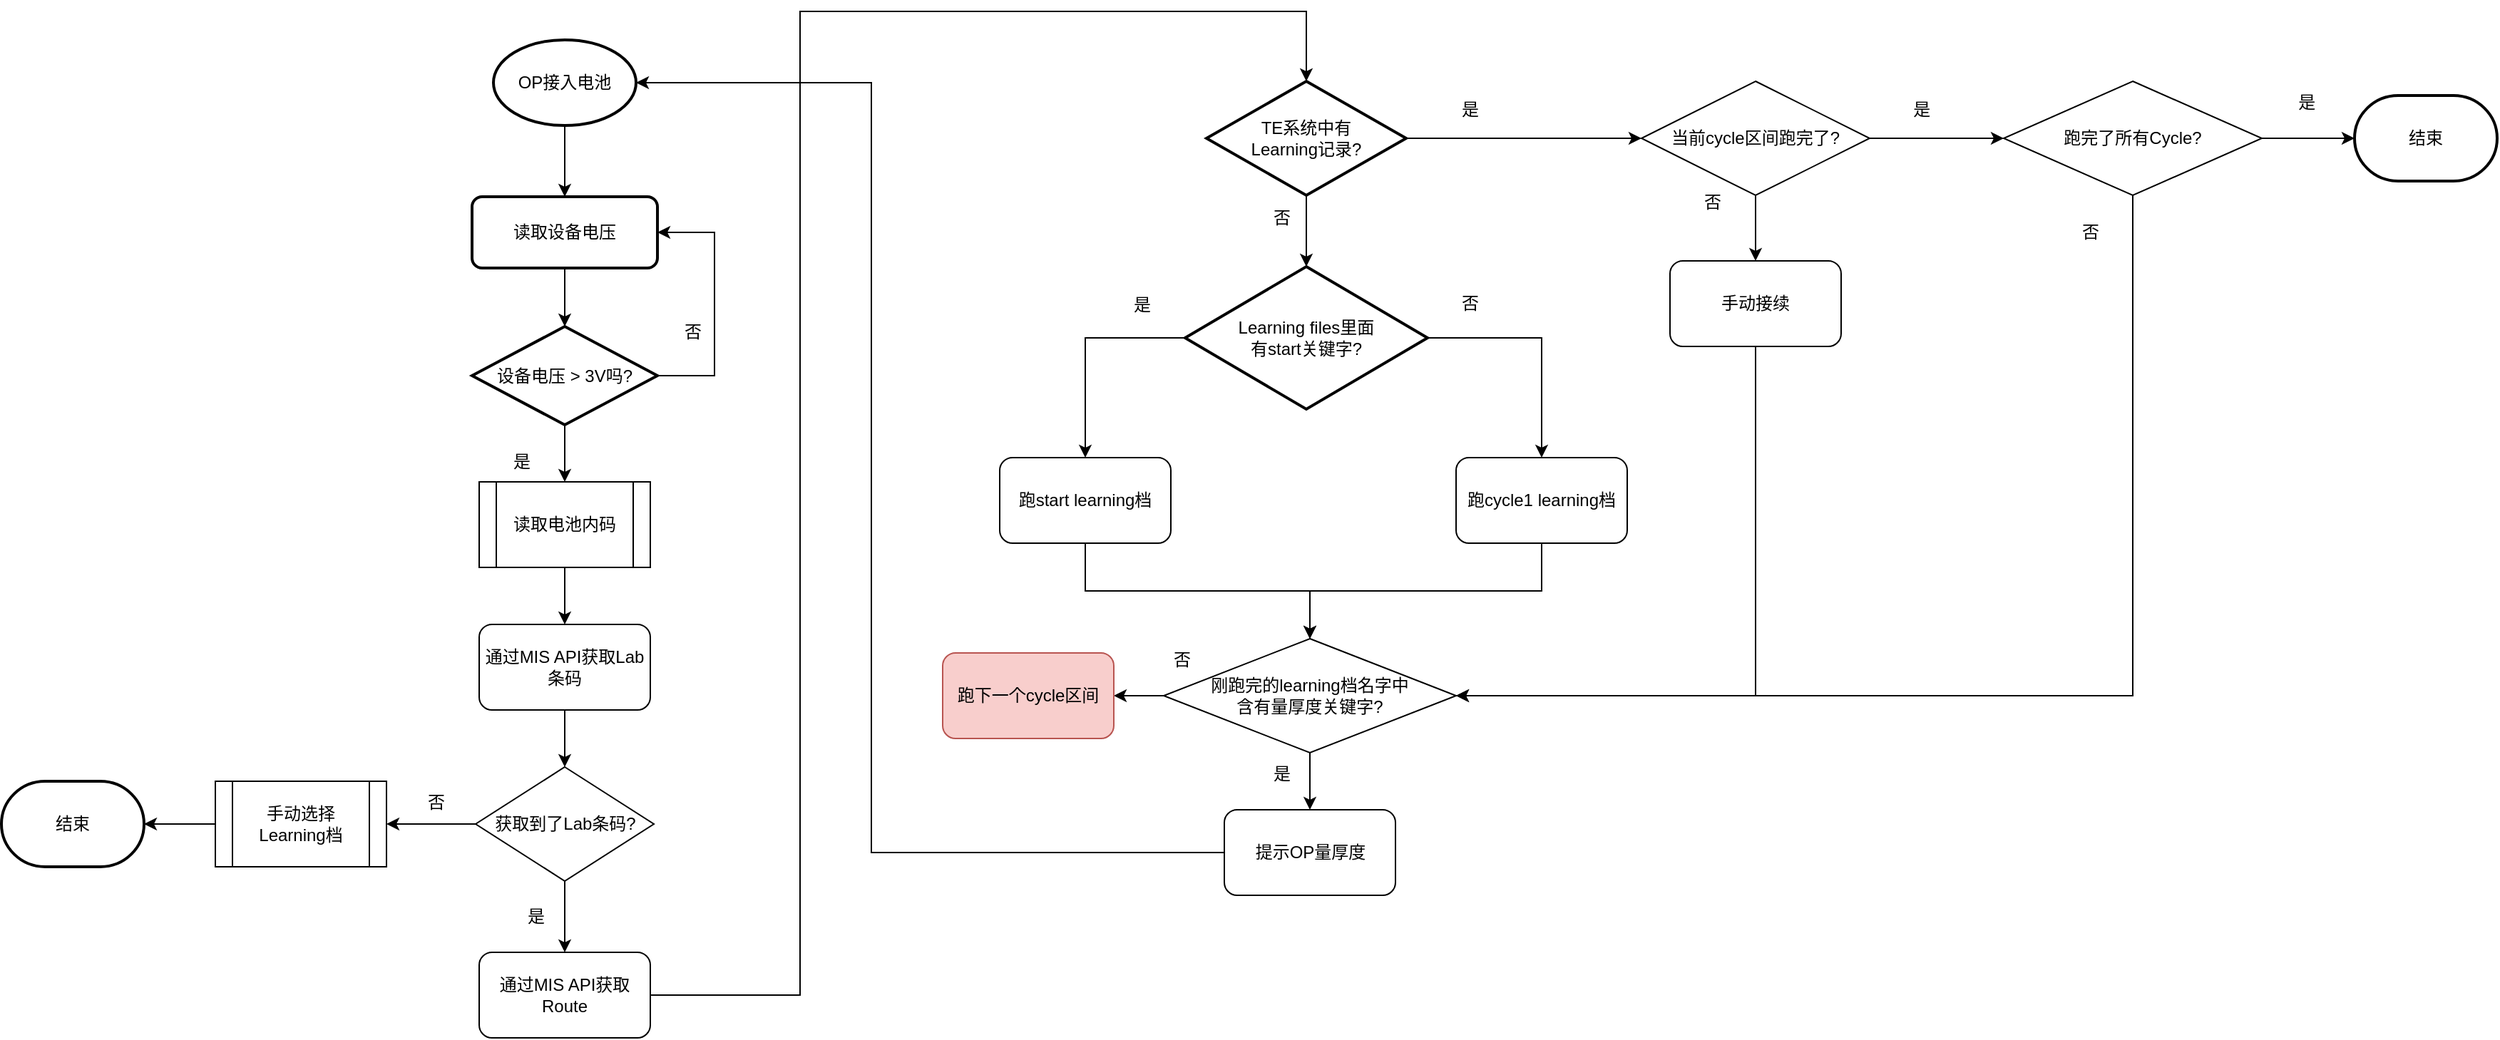
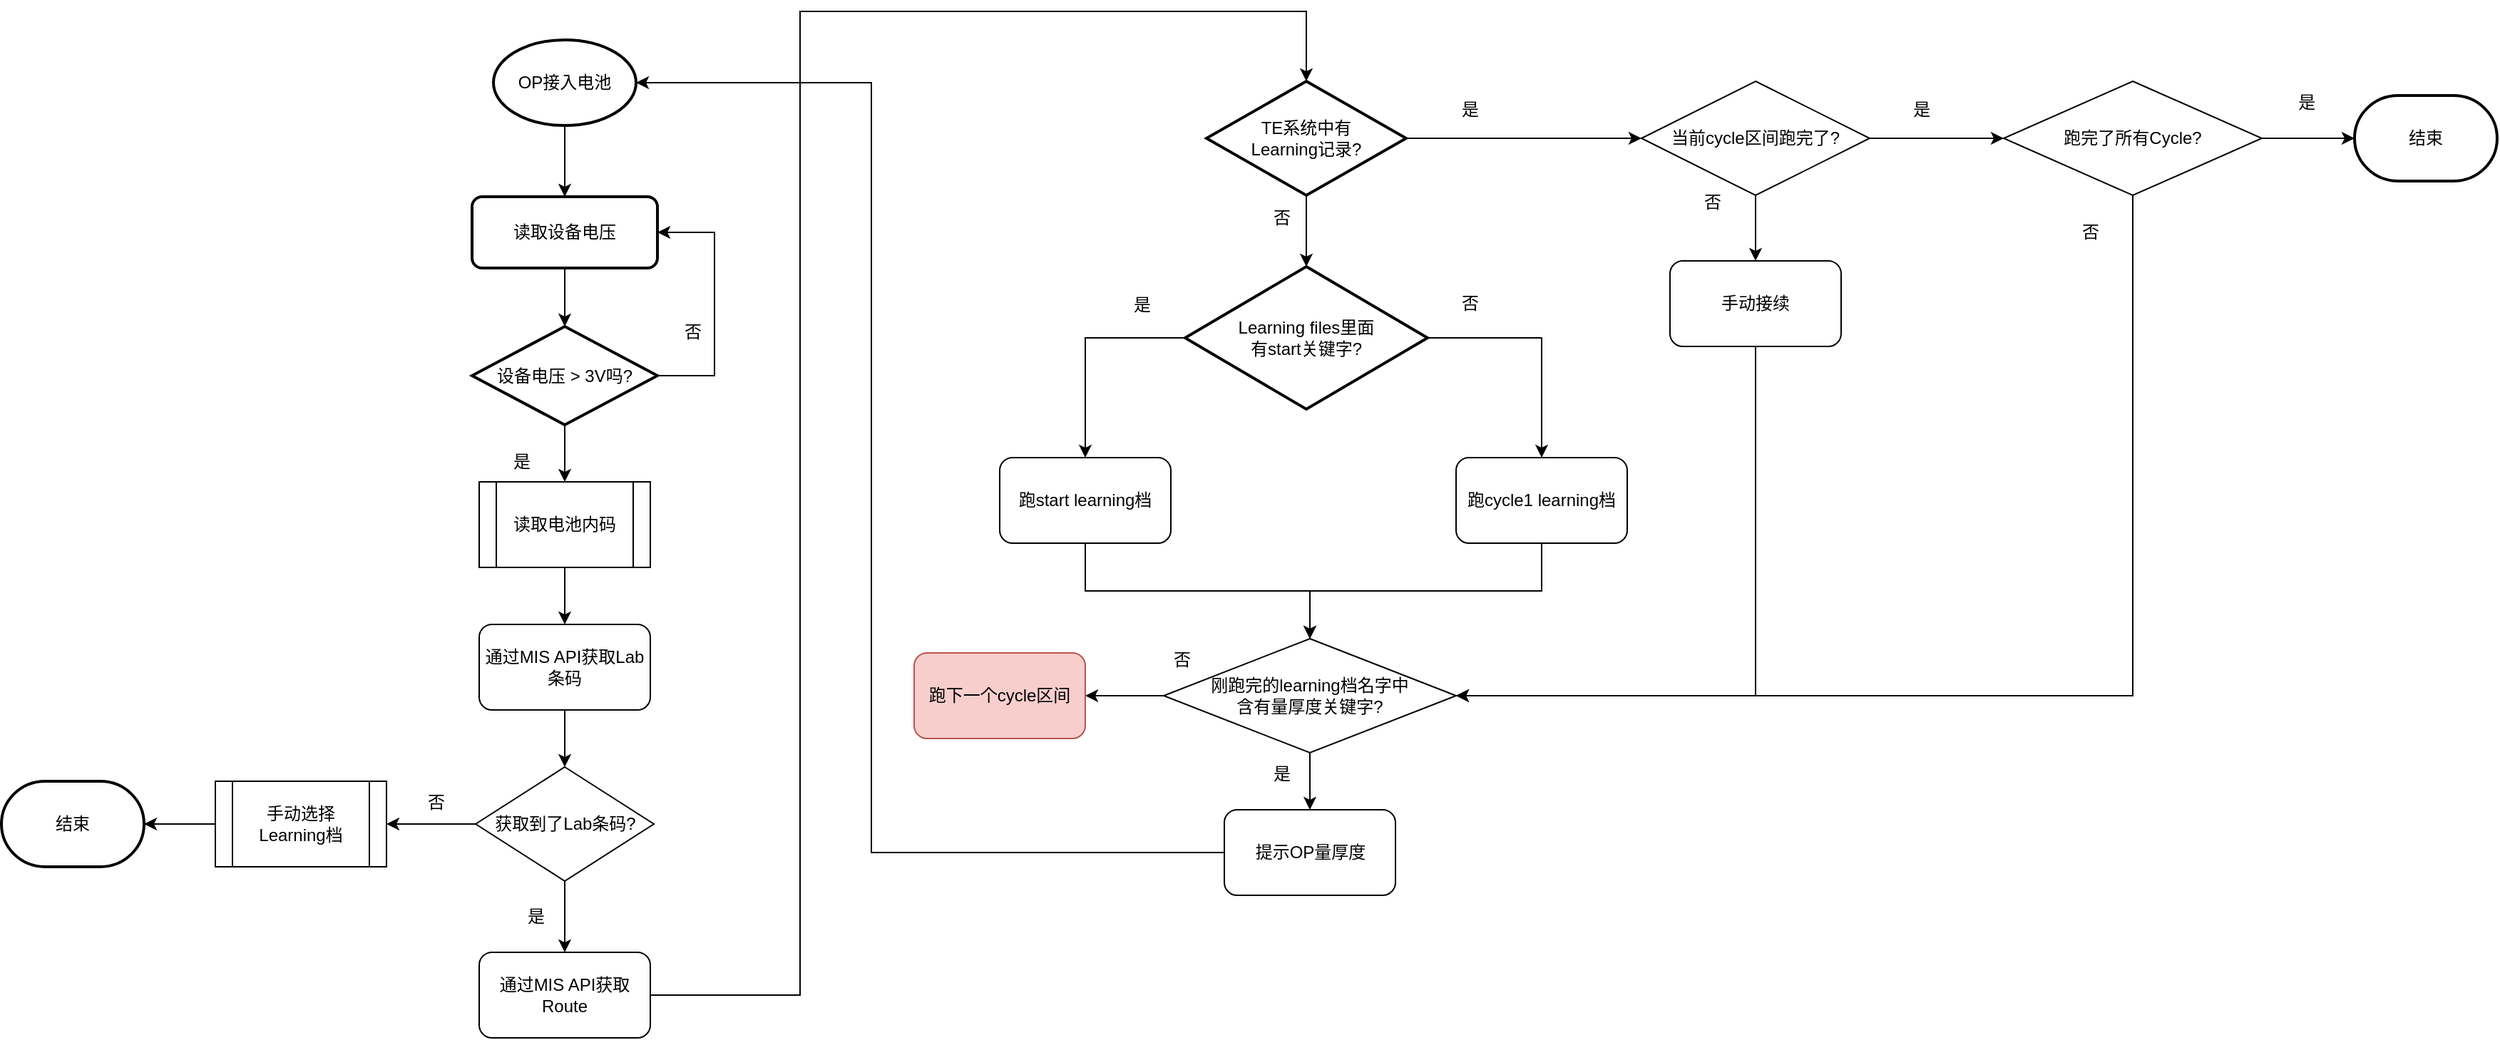
<mxfile host="app.diagrams.net">
  <diagram name="第 1 页" id="3HldnIOuQtLrwHUO-1mN">
    <mxGraphModel dx="1623" dy="813" grid="1" gridSize="10" guides="1" tooltips="1" connect="1" arrows="1" fold="1" page="1" pageScale="1" pageWidth="1169" pageHeight="827" background="#FFFFFF" math="0" shadow="0">
      <root>
        <mxCell id="0" />
        <mxCell id="1" parent="0" />
        <mxCell id="qRa3hty1LtdxE0hFs_0w-8" edge="1" parent="1" source="qRa3hty1LtdxE0hFs_0w-4" style="edgeStyle=orthogonalEdgeStyle;rounded=0;orthogonalLoop=1;jettySize=auto;html=1;" target="qRa3hty1LtdxE0hFs_0w-6" value="">
          <mxGeometry relative="1" as="geometry" />
        </mxCell>
        <mxCell id="qRa3hty1LtdxE0hFs_0w-4" parent="1" style="strokeWidth=2;html=1;shape=mxgraph.flowchart.start_1;whiteSpace=wrap;" value="OP接入电池" vertex="1">
          <mxGeometry height="60" width="100" x="385" y="50" as="geometry" />
        </mxCell>
        <mxCell id="qRa3hty1LtdxE0hFs_0w-9" edge="1" parent="1" source="qRa3hty1LtdxE0hFs_0w-6" style="edgeStyle=orthogonalEdgeStyle;rounded=0;orthogonalLoop=1;jettySize=auto;html=1;" target="qRa3hty1LtdxE0hFs_0w-7" value="">
          <mxGeometry relative="1" as="geometry" />
        </mxCell>
        <mxCell id="qRa3hty1LtdxE0hFs_0w-6" parent="1" style="rounded=1;whiteSpace=wrap;html=1;absoluteArcSize=1;arcSize=14;strokeWidth=2;" value="读取设备电压" vertex="1">
          <mxGeometry height="50" width="130" x="370" y="160" as="geometry" />
        </mxCell>
        <mxCell id="qRa3hty1LtdxE0hFs_0w-14" edge="1" parent="1" source="qRa3hty1LtdxE0hFs_0w-7" style="edgeStyle=orthogonalEdgeStyle;rounded=0;orthogonalLoop=1;jettySize=auto;html=1;" target="qRa3hty1LtdxE0hFs_0w-13" value="">
          <mxGeometry relative="1" as="geometry" />
        </mxCell>
        <mxCell id="qRa3hty1LtdxE0hFs_0w-25" edge="1" parent="1" source="qRa3hty1LtdxE0hFs_0w-7" style="edgeStyle=orthogonalEdgeStyle;rounded=0;orthogonalLoop=1;jettySize=auto;html=1;entryX=1;entryY=0.5;entryDx=0;entryDy=0;" target="qRa3hty1LtdxE0hFs_0w-6">
          <mxGeometry relative="1" as="geometry">
            <Array as="points">
              <mxPoint x="540" y="286" />
              <mxPoint x="540" y="185" />
            </Array>
            <mxPoint x="580" y="180" as="targetPoint" />
          </mxGeometry>
        </mxCell>
        <mxCell id="qRa3hty1LtdxE0hFs_0w-7" parent="1" style="strokeWidth=2;html=1;shape=mxgraph.flowchart.decision;whiteSpace=wrap;" value="设备电压 &amp;gt; 3V吗?" vertex="1">
          <mxGeometry height="69" width="130" x="370" y="251" as="geometry" />
        </mxCell>
        <mxCell id="qRa3hty1LtdxE0hFs_0w-11" parent="1" style="text;html=1;whiteSpace=wrap;strokeColor=none;fillColor=none;align=center;verticalAlign=middle;rounded=0;" value="&lt;div&gt;否&lt;/div&gt;" vertex="1">
          <mxGeometry height="30" width="60" x="495" y="240" as="geometry" />
        </mxCell>
        <mxCell id="qRa3hty1LtdxE0hFs_0w-12" parent="1" style="text;html=1;whiteSpace=wrap;strokeColor=none;fillColor=none;align=center;verticalAlign=middle;rounded=0;" value="&lt;div&gt;是&lt;/div&gt;" vertex="1">
          <mxGeometry height="30" width="60" x="375" y="331" as="geometry" />
        </mxCell>
        <mxCell id="qRa3hty1LtdxE0hFs_0w-16" edge="1" parent="1" source="qRa3hty1LtdxE0hFs_0w-13" style="edgeStyle=orthogonalEdgeStyle;rounded=0;orthogonalLoop=1;jettySize=auto;html=1;" target="qRa3hty1LtdxE0hFs_0w-15" value="">
          <mxGeometry relative="1" as="geometry" />
        </mxCell>
        <mxCell id="qRa3hty1LtdxE0hFs_0w-13" parent="1" style="shape=process;whiteSpace=wrap;html=1;backgroundOutline=1;" value="读取电池内码" vertex="1">
          <mxGeometry height="60" width="120" x="375" y="360" as="geometry" />
        </mxCell>
        <mxCell id="qRa3hty1LtdxE0hFs_0w-20" edge="1" parent="1" source="qRa3hty1LtdxE0hFs_0w-15" style="edgeStyle=orthogonalEdgeStyle;rounded=0;orthogonalLoop=1;jettySize=auto;html=1;" target="qRa3hty1LtdxE0hFs_0w-19" value="">
          <mxGeometry relative="1" as="geometry" />
        </mxCell>
        <mxCell id="qRa3hty1LtdxE0hFs_0w-15" parent="1" style="rounded=1;whiteSpace=wrap;html=1;" value="通过MIS API获取Lab条码" vertex="1">
          <mxGeometry height="60" width="120" x="375" y="460" as="geometry" />
        </mxCell>
        <mxCell id="qRa3hty1LtdxE0hFs_0w-31" edge="1" parent="1" source="qRa3hty1LtdxE0hFs_0w-17" style="edgeStyle=orthogonalEdgeStyle;rounded=0;orthogonalLoop=1;jettySize=auto;html=1;entryX=0.5;entryY=0;entryDx=0;entryDy=0;entryPerimeter=0;" target="qRa3hty1LtdxE0hFs_0w-30" value="">
          <mxGeometry relative="1" as="geometry">
            <Array as="points">
              <mxPoint x="600" y="720" />
              <mxPoint x="600" y="30" />
              <mxPoint x="955" y="30" />
            </Array>
          </mxGeometry>
        </mxCell>
        <mxCell id="qRa3hty1LtdxE0hFs_0w-17" parent="1" style="rounded=1;whiteSpace=wrap;html=1;" value="通过MIS API获取Route" vertex="1">
          <mxGeometry height="60" width="120" x="375" y="690" as="geometry" />
        </mxCell>
        <mxCell id="qRa3hty1LtdxE0hFs_0w-21" edge="1" parent="1" source="qRa3hty1LtdxE0hFs_0w-19" style="edgeStyle=orthogonalEdgeStyle;rounded=0;orthogonalLoop=1;jettySize=auto;html=1;" target="qRa3hty1LtdxE0hFs_0w-17" value="">
          <mxGeometry relative="1" as="geometry" />
        </mxCell>
        <mxCell id="qRa3hty1LtdxE0hFs_0w-27" edge="1" parent="1" source="qRa3hty1LtdxE0hFs_0w-19" style="edgeStyle=orthogonalEdgeStyle;rounded=0;orthogonalLoop=1;jettySize=auto;html=1;" target="qRa3hty1LtdxE0hFs_0w-26" value="">
          <mxGeometry relative="1" as="geometry" />
        </mxCell>
        <mxCell id="qRa3hty1LtdxE0hFs_0w-19" parent="1" style="rhombus;whiteSpace=wrap;html=1;" value="获取到了Lab条码?" vertex="1">
          <mxGeometry height="80" width="125" x="372.5" y="560" as="geometry" />
        </mxCell>
        <mxCell id="qRa3hty1LtdxE0hFs_0w-22" parent="1" style="text;html=1;whiteSpace=wrap;strokeColor=none;fillColor=none;align=center;verticalAlign=middle;rounded=0;" value="是" vertex="1">
          <mxGeometry height="30" width="60" x="385" y="650" as="geometry" />
        </mxCell>
        <mxCell id="qRa3hty1LtdxE0hFs_0w-29" edge="1" parent="1" source="qRa3hty1LtdxE0hFs_0w-26" style="edgeStyle=orthogonalEdgeStyle;rounded=0;orthogonalLoop=1;jettySize=auto;html=1;" target="qRa3hty1LtdxE0hFs_0w-28" value="">
          <mxGeometry relative="1" as="geometry" />
        </mxCell>
        <mxCell id="qRa3hty1LtdxE0hFs_0w-26" parent="1" style="shape=process;whiteSpace=wrap;html=1;backgroundOutline=1;" value="手动选择Learning档" vertex="1">
          <mxGeometry height="60" width="120" x="190" y="570" as="geometry" />
        </mxCell>
        <mxCell id="qRa3hty1LtdxE0hFs_0w-28" parent="1" style="strokeWidth=2;html=1;shape=mxgraph.flowchart.terminator;whiteSpace=wrap;" value="结束" vertex="1">
          <mxGeometry height="60" width="100" x="40" y="570" as="geometry" />
        </mxCell>
        <mxCell id="qRa3hty1LtdxE0hFs_0w-34" edge="1" parent="1" source="qRa3hty1LtdxE0hFs_0w-30" style="edgeStyle=orthogonalEdgeStyle;rounded=0;orthogonalLoop=1;jettySize=auto;html=1;" target="qRa3hty1LtdxE0hFs_0w-33" value="">
          <mxGeometry relative="1" as="geometry" />
        </mxCell>
        <mxCell id="qRa3hty1LtdxE0hFs_0w-38" edge="1" parent="1" source="qRa3hty1LtdxE0hFs_0w-30" style="edgeStyle=orthogonalEdgeStyle;rounded=0;orthogonalLoop=1;jettySize=auto;html=1;" target="qRa3hty1LtdxE0hFs_0w-37" value="">
          <mxGeometry relative="1" as="geometry" />
        </mxCell>
        <mxCell id="qRa3hty1LtdxE0hFs_0w-30" parent="1" style="strokeWidth=2;html=1;shape=mxgraph.flowchart.decision;whiteSpace=wrap;" value="&lt;div&gt;TE系统中有&lt;/div&gt;&lt;div&gt;Learning记录?&lt;/div&gt;" vertex="1">
          <mxGeometry height="80" width="140" x="885" y="79" as="geometry" />
        </mxCell>
        <mxCell id="qRa3hty1LtdxE0hFs_0w-45" edge="1" parent="1" source="qRa3hty1LtdxE0hFs_0w-33" style="edgeStyle=orthogonalEdgeStyle;rounded=0;orthogonalLoop=1;jettySize=auto;html=1;" target="qRa3hty1LtdxE0hFs_0w-44" value="">
          <mxGeometry relative="1" as="geometry" />
        </mxCell>
        <mxCell id="qRa3hty1LtdxE0hFs_0w-67" edge="1" parent="1" source="qRa3hty1LtdxE0hFs_0w-33" style="edgeStyle=orthogonalEdgeStyle;rounded=0;orthogonalLoop=1;jettySize=auto;html=1;entryX=0.5;entryY=0;entryDx=0;entryDy=0;exitX=1;exitY=0.5;exitDx=0;exitDy=0;exitPerimeter=0;" target="qRa3hty1LtdxE0hFs_0w-66">
          <mxGeometry relative="1" as="geometry" />
        </mxCell>
        <mxCell id="qRa3hty1LtdxE0hFs_0w-33" parent="1" style="strokeWidth=2;html=1;shape=mxgraph.flowchart.decision;whiteSpace=wrap;" value="&lt;div&gt;Learning files里面&lt;/div&gt;&lt;div&gt;有start关键字?&lt;/div&gt;" vertex="1">
          <mxGeometry height="100" width="170" x="870" y="209" as="geometry" />
        </mxCell>
        <mxCell id="qRa3hty1LtdxE0hFs_0w-35" parent="1" style="text;html=1;whiteSpace=wrap;strokeColor=none;fillColor=none;align=center;verticalAlign=middle;rounded=0;" value="否" vertex="1">
          <mxGeometry height="30" width="60" x="907.5" y="160" as="geometry" />
        </mxCell>
        <mxCell id="qRa3hty1LtdxE0hFs_0w-36" parent="1" style="text;html=1;whiteSpace=wrap;strokeColor=none;fillColor=none;align=center;verticalAlign=middle;rounded=0;" value="是" vertex="1">
          <mxGeometry height="30" width="60" x="1040" y="84" as="geometry" />
        </mxCell>
        <mxCell id="qRa3hty1LtdxE0hFs_0w-40" edge="1" parent="1" source="qRa3hty1LtdxE0hFs_0w-37" style="edgeStyle=orthogonalEdgeStyle;rounded=0;orthogonalLoop=1;jettySize=auto;html=1;" target="qRa3hty1LtdxE0hFs_0w-39" value="">
          <mxGeometry relative="1" as="geometry" />
        </mxCell>
        <mxCell id="qRa3hty1LtdxE0hFs_0w-65" edge="1" parent="1" source="qRa3hty1LtdxE0hFs_0w-37" style="edgeStyle=orthogonalEdgeStyle;rounded=0;orthogonalLoop=1;jettySize=auto;html=1;" target="qRa3hty1LtdxE0hFs_0w-59" value="">
          <mxGeometry relative="1" as="geometry" />
        </mxCell>
        <mxCell id="qRa3hty1LtdxE0hFs_0w-37" parent="1" style="rhombus;whiteSpace=wrap;html=1;" value="当前cycle区间跑完了?" vertex="1">
          <mxGeometry height="80" width="160" x="1190" y="79" as="geometry" />
        </mxCell>
        <mxCell id="qRa3hty1LtdxE0hFs_0w-74" edge="1" parent="1" source="qRa3hty1LtdxE0hFs_0w-39" style="edgeStyle=orthogonalEdgeStyle;rounded=0;orthogonalLoop=1;jettySize=auto;html=1;entryX=1;entryY=0.5;entryDx=0;entryDy=0;exitX=0.5;exitY=1;exitDx=0;exitDy=0;" target="qRa3hty1LtdxE0hFs_0w-49">
          <mxGeometry relative="1" as="geometry">
            <Array as="points">
              <mxPoint x="1270" y="510" />
            </Array>
            <mxPoint x="1270" y="260" as="sourcePoint" />
          </mxGeometry>
        </mxCell>
        <mxCell id="qRa3hty1LtdxE0hFs_0w-39" parent="1" style="rounded=1;whiteSpace=wrap;html=1;" value="手动接续" vertex="1">
          <mxGeometry height="60" width="120" x="1210" y="205" as="geometry" />
        </mxCell>
        <mxCell id="qRa3hty1LtdxE0hFs_0w-41" parent="1" style="text;html=1;whiteSpace=wrap;strokeColor=none;fillColor=none;align=center;verticalAlign=middle;rounded=0;" value="否" vertex="1">
          <mxGeometry height="30" width="60" x="1210" y="149" as="geometry" />
        </mxCell>
        <mxCell id="qRa3hty1LtdxE0hFs_0w-71" edge="1" parent="1" source="qRa3hty1LtdxE0hFs_0w-44" style="edgeStyle=orthogonalEdgeStyle;rounded=0;orthogonalLoop=1;jettySize=auto;html=1;entryX=0.5;entryY=0;entryDx=0;entryDy=0;" target="qRa3hty1LtdxE0hFs_0w-49">
          <mxGeometry relative="1" as="geometry" />
        </mxCell>
        <mxCell id="qRa3hty1LtdxE0hFs_0w-44" parent="1" style="rounded=1;whiteSpace=wrap;html=1;" value="跑start learning档" vertex="1">
          <mxGeometry height="60" width="120" x="740" y="343" as="geometry" />
        </mxCell>
        <mxCell id="qRa3hty1LtdxE0hFs_0w-46" parent="1" style="text;html=1;whiteSpace=wrap;strokeColor=none;fillColor=none;align=center;verticalAlign=middle;rounded=0;" value="是" vertex="1">
          <mxGeometry height="30" width="60" x="810" y="221" as="geometry" />
        </mxCell>
        <mxCell id="qRa3hty1LtdxE0hFs_0w-52" edge="1" parent="1" source="qRa3hty1LtdxE0hFs_0w-49" style="edgeStyle=orthogonalEdgeStyle;rounded=0;orthogonalLoop=1;jettySize=auto;html=1;" target="qRa3hty1LtdxE0hFs_0w-51" value="">
          <mxGeometry relative="1" as="geometry" />
        </mxCell>
        <mxCell id="qRa3hty1LtdxE0hFs_0w-56" edge="1" parent="1" source="qRa3hty1LtdxE0hFs_0w-49" style="edgeStyle=orthogonalEdgeStyle;rounded=0;orthogonalLoop=1;jettySize=auto;html=1;" target="qRa3hty1LtdxE0hFs_0w-55" value="">
          <mxGeometry relative="1" as="geometry" />
        </mxCell>
        <mxCell id="qRa3hty1LtdxE0hFs_0w-49" parent="1" style="rhombus;whiteSpace=wrap;html=1;" value="&lt;div&gt;刚跑完的learning档名字中&lt;/div&gt;&lt;div&gt;含有量厚度关键字?&lt;/div&gt;" vertex="1">
          <mxGeometry height="80" width="205" x="855" y="470" as="geometry" />
        </mxCell>
        <mxCell id="qRa3hty1LtdxE0hFs_0w-51" parent="1" style="rounded=1;whiteSpace=wrap;html=1;" value="提示OP量厚度" vertex="1">
          <mxGeometry height="60" width="120" x="897.5" y="590" as="geometry" />
        </mxCell>
        <mxCell id="qRa3hty1LtdxE0hFs_0w-53" parent="1" style="text;html=1;whiteSpace=wrap;strokeColor=none;fillColor=none;align=center;verticalAlign=middle;rounded=0;" value="是" vertex="1">
          <mxGeometry height="30" width="60" x="907.5" y="550" as="geometry" />
        </mxCell>
        <mxCell id="qRa3hty1LtdxE0hFs_0w-54" edge="1" parent="1" source="qRa3hty1LtdxE0hFs_0w-51" style="edgeStyle=orthogonalEdgeStyle;rounded=0;orthogonalLoop=1;jettySize=auto;html=1;entryX=1;entryY=0.5;entryDx=0;entryDy=0;entryPerimeter=0;" target="qRa3hty1LtdxE0hFs_0w-4">
          <mxGeometry relative="1" as="geometry">
            <Array as="points">
              <mxPoint x="650" y="620" />
              <mxPoint x="650" y="80" />
            </Array>
          </mxGeometry>
        </mxCell>
        <mxCell id="qRa3hty1LtdxE0hFs_0w-55" parent="1" style="rounded=1;whiteSpace=wrap;html=1;fillColor=#f8cecc;strokeColor=#b85450;" value="跑下一个cycle区间" vertex="1">
-           <mxGeometry height="60" width="120" x="700" y="480" as="geometry" />
+           <mxGeometry height="60" width="120" x="680" y="480" as="geometry" />
        </mxCell>
        <mxCell id="qRa3hty1LtdxE0hFs_0w-57" parent="1" style="text;html=1;whiteSpace=wrap;strokeColor=none;fillColor=none;align=center;verticalAlign=middle;rounded=0;" value="否" vertex="1">
          <mxGeometry height="30" width="60" x="315" y="570" as="geometry" />
        </mxCell>
        <mxCell id="qRa3hty1LtdxE0hFs_0w-58" parent="1" style="text;html=1;whiteSpace=wrap;strokeColor=none;fillColor=none;align=center;verticalAlign=middle;rounded=0;" value="&amp;nbsp;是" vertex="1">
          <mxGeometry height="30" width="60" x="1355" y="84" as="geometry" />
        </mxCell>
        <mxCell id="qRa3hty1LtdxE0hFs_0w-64" edge="1" parent="1" source="qRa3hty1LtdxE0hFs_0w-59" style="edgeStyle=orthogonalEdgeStyle;rounded=0;orthogonalLoop=1;jettySize=auto;html=1;" target="qRa3hty1LtdxE0hFs_0w-63" value="">
          <mxGeometry relative="1" as="geometry" />
        </mxCell>
        <mxCell id="qRa3hty1LtdxE0hFs_0w-76" edge="1" parent="1" source="qRa3hty1LtdxE0hFs_0w-59" style="edgeStyle=orthogonalEdgeStyle;rounded=0;orthogonalLoop=1;jettySize=auto;html=1;entryX=1;entryY=0.5;entryDx=0;entryDy=0;" target="qRa3hty1LtdxE0hFs_0w-49">
          <mxGeometry relative="1" as="geometry">
            <Array as="points">
              <mxPoint x="1535" y="510" />
            </Array>
          </mxGeometry>
        </mxCell>
        <mxCell id="qRa3hty1LtdxE0hFs_0w-59" parent="1" style="rhombus;whiteSpace=wrap;html=1;" value="跑完了所有Cycle?" vertex="1">
          <mxGeometry height="80" width="181" x="1444" y="79" as="geometry" />
        </mxCell>
        <mxCell id="qRa3hty1LtdxE0hFs_0w-60" parent="1" style="text;html=1;whiteSpace=wrap;strokeColor=none;fillColor=none;align=center;verticalAlign=middle;rounded=0;" value="否" vertex="1">
          <mxGeometry height="30" width="60" x="1475" y="170" as="geometry" />
        </mxCell>
        <mxCell id="qRa3hty1LtdxE0hFs_0w-62" parent="1" style="text;html=1;whiteSpace=wrap;strokeColor=none;fillColor=none;align=center;verticalAlign=middle;rounded=0;" value="&amp;nbsp;是" vertex="1">
          <mxGeometry height="30" width="60" x="1625" y="79" as="geometry" />
        </mxCell>
        <mxCell id="qRa3hty1LtdxE0hFs_0w-63" parent="1" style="strokeWidth=2;html=1;shape=mxgraph.flowchart.terminator;whiteSpace=wrap;" value="结束" vertex="1">
          <mxGeometry height="60" width="100" x="1690" y="89" as="geometry" />
        </mxCell>
        <mxCell id="qRa3hty1LtdxE0hFs_0w-73" edge="1" parent="1" source="qRa3hty1LtdxE0hFs_0w-66" style="edgeStyle=orthogonalEdgeStyle;rounded=0;orthogonalLoop=1;jettySize=auto;html=1;entryX=0.5;entryY=0;entryDx=0;entryDy=0;" target="qRa3hty1LtdxE0hFs_0w-49">
          <mxGeometry relative="1" as="geometry" />
        </mxCell>
        <mxCell id="qRa3hty1LtdxE0hFs_0w-66" parent="1" style="rounded=1;whiteSpace=wrap;html=1;" value="跑cycle1 learning档" vertex="1">
          <mxGeometry height="60" width="120" x="1060" y="343" as="geometry" />
        </mxCell>
        <mxCell id="qRa3hty1LtdxE0hFs_0w-68" parent="1" style="text;html=1;whiteSpace=wrap;strokeColor=none;fillColor=none;align=center;verticalAlign=middle;rounded=0;" value="否" vertex="1">
          <mxGeometry height="30" width="60" x="1040" y="220" as="geometry" />
        </mxCell>
        <mxCell id="qRa3hty1LtdxE0hFs_0w-75" parent="1" style="text;html=1;whiteSpace=wrap;strokeColor=none;fillColor=none;align=center;verticalAlign=middle;rounded=0;" value="否" vertex="1">
          <mxGeometry height="30" width="60" x="837.5" y="470" as="geometry" />
        </mxCell>
      </root>
    </mxGraphModel>
  </diagram>
</mxfile>
